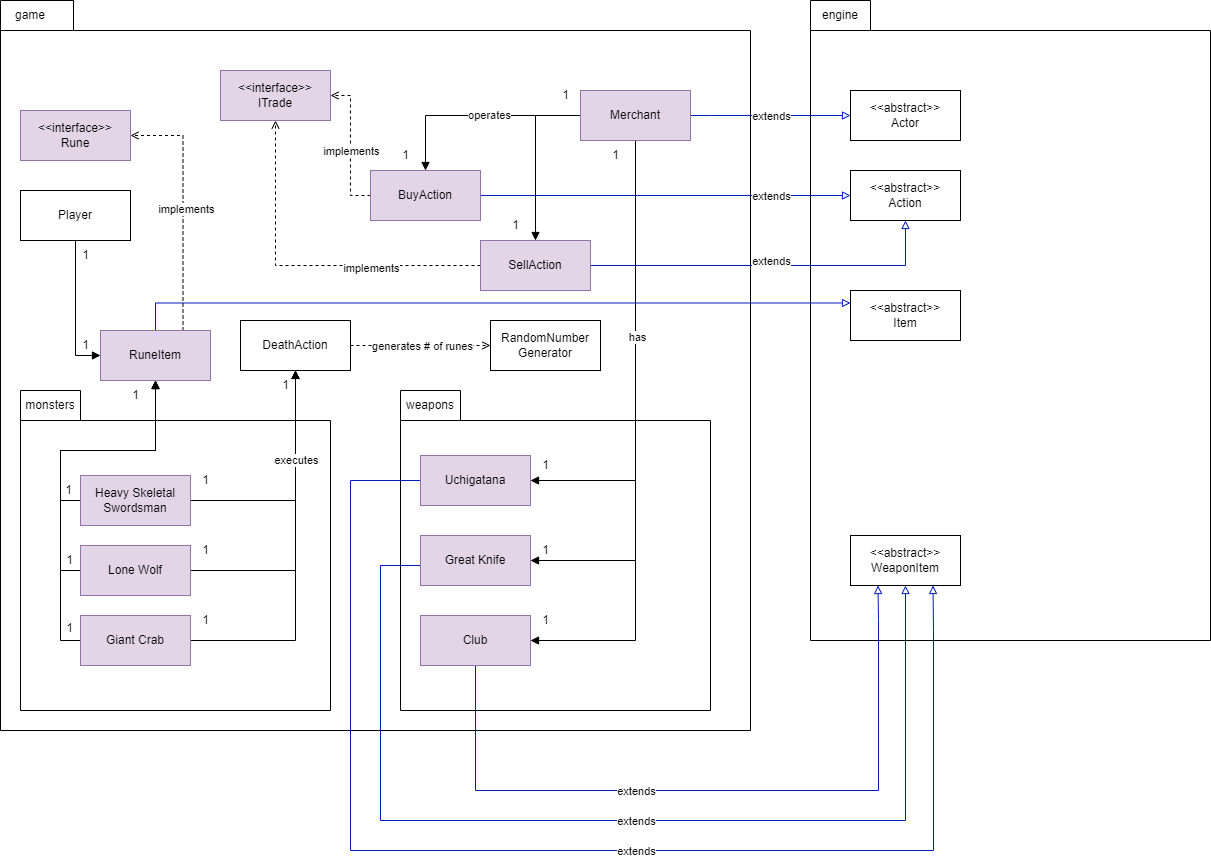
Above: docs/FIT2099 Assignment 1 Req 2 UML Diagram.drawio.png in hyynes/monash-fit2099 (draw.io), before the change. Source tidied: cells renumbered, new cells last; positions are measured from the earlier drawing's top-left corner, leaving out a move shared by most shapes.
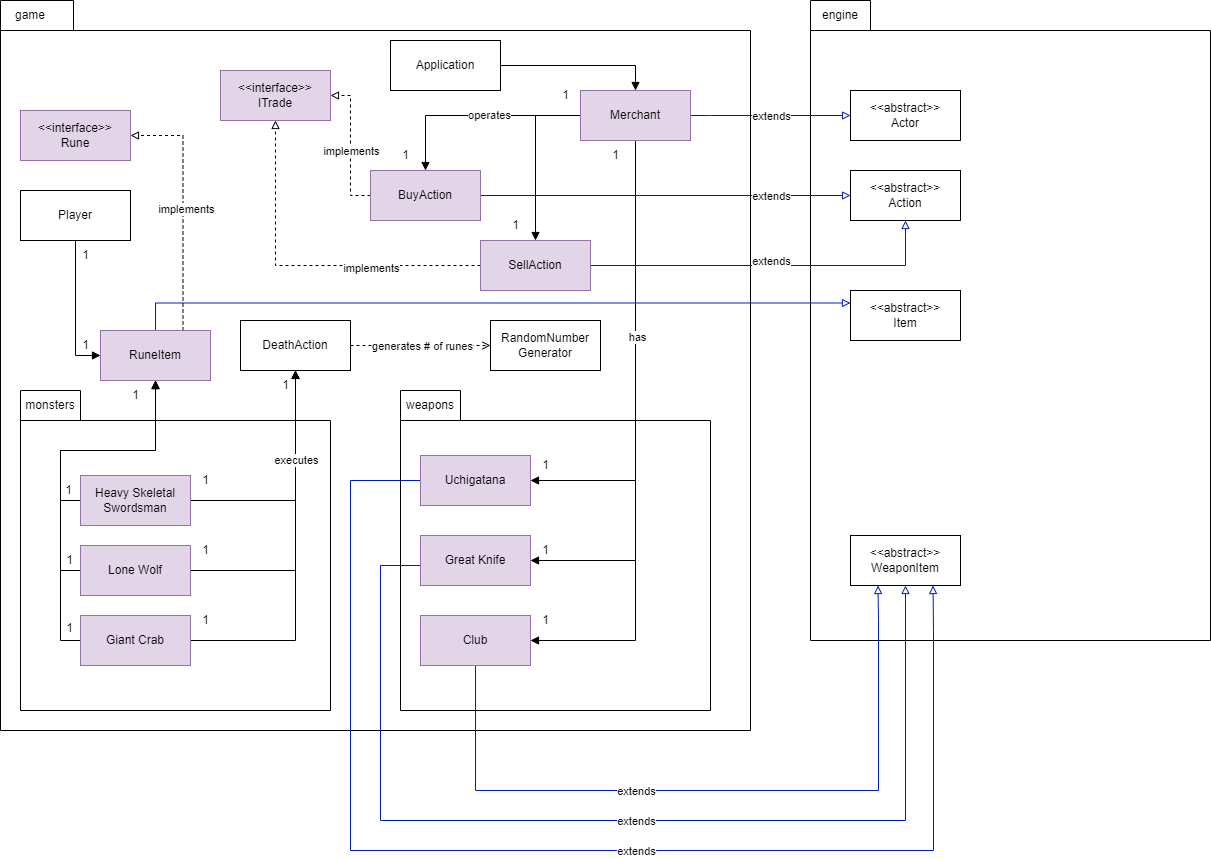
After the change.

Commit message:
fixed arrows in req 2, finished up req 3

- needs to clarify PlayerDeathAction

Change to the diagram source:
```diff
@@ -224,7 +224,7 @@
         <mxPoint x="90" y="-2" as="offset" />
       </mxGeometry>
     </mxCell>
-    <mxCell id="57" style="edgeStyle=orthogonalEdgeStyle;rounded=0;jettySize=auto;html=1;exitX=0;exitY=0.5;exitDx=0;exitDy=0;entryX=1;entryY=0.5;entryDx=0;entryDy=0;dashed=1;endArrow=open;endFill=0;" parent="1" edge="1" source="59" target="54">
+    <mxCell id="57" style="edgeStyle=orthogonalEdgeStyle;rounded=0;jettySize=auto;html=1;exitX=0;exitY=0.5;exitDx=0;exitDy=0;entryX=1;entryY=0.5;entryDx=0;entryDy=0;dashed=1;endArrow=block;endFill=0;" parent="1" edge="1" source="59" target="54">
       <mxGeometry relative="1" as="geometry" />
     </mxCell>
     <mxCell id="58" value="implements" style="edgeLabel;html=1;align=center;verticalAlign=middle;" parent="57" vertex="1">
@@ -243,7 +243,7 @@
         <mxPoint x="57" y="-6" as="offset" />
       </mxGeometry>
     </mxCell>
-    <mxCell id="62" style="edgeStyle=orthogonalEdgeStyle;rounded=0;jettySize=auto;html=1;exitX=0;exitY=0.5;exitDx=0;exitDy=0;endArrow=open;endFill=0;dashed=1;" parent="1" edge="1" source="64" target="54">
+    <mxCell id="62" style="edgeStyle=orthogonalEdgeStyle;rounded=0;jettySize=auto;html=1;exitX=0;exitY=0.5;exitDx=0;exitDy=0;endArrow=block;endFill=0;dashed=1;" parent="1" edge="1" source="64" target="54">
       <mxGeometry relative="1" as="geometry" />
     </mxCell>
     <mxCell id="63" value="implements" style="edgeLabel;html=1;align=center;verticalAlign=middle;" parent="62" vertex="1">
@@ -270,7 +270,7 @@
     <mxCell id="70" style="edgeStyle=orthogonalEdgeStyle;rounded=0;jettySize=auto;html=1;exitX=0.5;exitY=0;exitDx=0;exitDy=0;entryX=0;entryY=0.25;entryDx=0;entryDy=0;fillColor=#0050ef;strokeColor=#001DBC;endArrow=block;endFill=0;" parent="1" edge="1" source="73" target="74">
       <mxGeometry relative="1" as="geometry" />
     </mxCell>
-    <mxCell id="71" style="edgeStyle=orthogonalEdgeStyle;rounded=0;jettySize=auto;html=1;exitX=0.75;exitY=0;exitDx=0;exitDy=0;endArrow=open;endFill=0;dashed=1;entryX=1;entryY=0.5;entryDx=0;entryDy=0;" parent="1" edge="1" source="73" target="79">
+    <mxCell id="71" style="edgeStyle=orthogonalEdgeStyle;rounded=0;jettySize=auto;html=1;exitX=0.75;exitY=0;exitDx=0;exitDy=0;endArrow=block;endFill=0;dashed=1;entryX=1;entryY=0.5;entryDx=0;entryDy=0;" parent="1" edge="1" source="73" target="79">
       <mxGeometry relative="1" as="geometry" />
     </mxCell>
     <mxCell id="72" value="implements" style="edgeLabel;html=1;align=center;verticalAlign=middle;" parent="71" vertex="1">
@@ -323,5 +323,11 @@
     <mxCell id="87" value="SellAction" style="html=1;whiteSpace=wrap;fillColor=#e1d5e7;strokeColor=#9673a6;" parent="1" vertex="1">
       <mxGeometry x="480" y="240" width="110" height="50" as="geometry" />
     </mxCell>
+    <mxCell id="88" style="edgeStyle=orthogonalEdgeStyle;rounded=0;jettySize=auto;html=1;exitX=1;exitY=0.5;exitDx=0;exitDy=0;entryX=0.5;entryY=0;entryDx=0;entryDy=0;endArrow=block;endFill=1;" parent="1" edge="1" source="89" target="86">
+      <mxGeometry relative="1" as="geometry" />
+    </mxCell>
+    <mxCell id="89" value="Application" style="html=1;whiteSpace=wrap;" parent="1" vertex="1">
+      <mxGeometry x="390" y="40" width="110" height="50" as="geometry" />
+    </mxCell>
   </root>
 </mxGraphModel>
```
